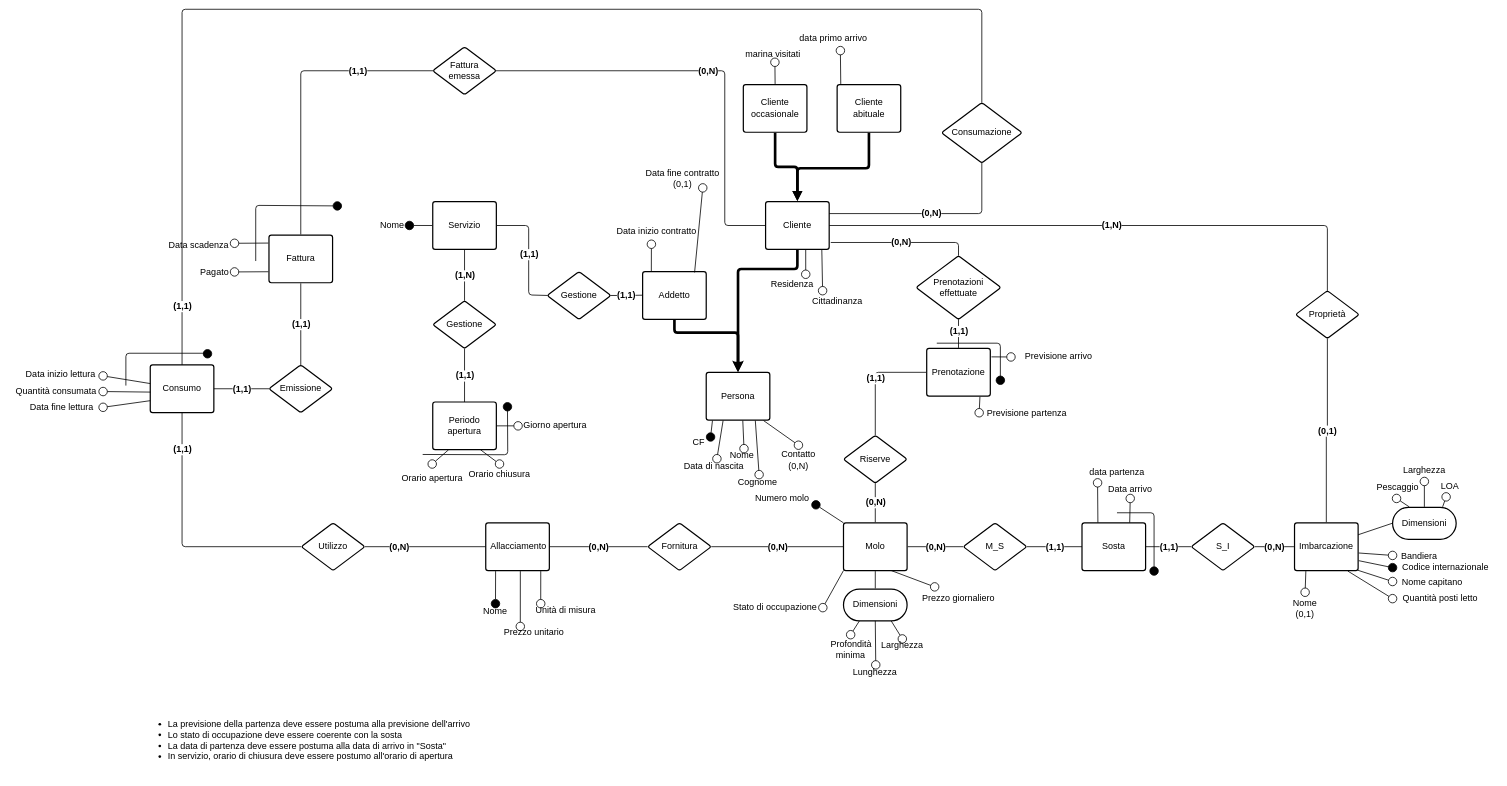
alessandro-massarenti/Progetto-basi-di-dati-2022 keeps this draw.io diagram as page "Concettuale ridotto" (4 of 4) of src_relazione_tex/Er.drawio. Above is the earlier version. Source tidied: cells renumbered, new cells numbered last; positions are measured from the earlier drawing's top-left corner, leaving out a move shared by most shapes. Both pictures are drawn from the tidied source at 53%, with x=0, y=0 at pixel (9, 9).
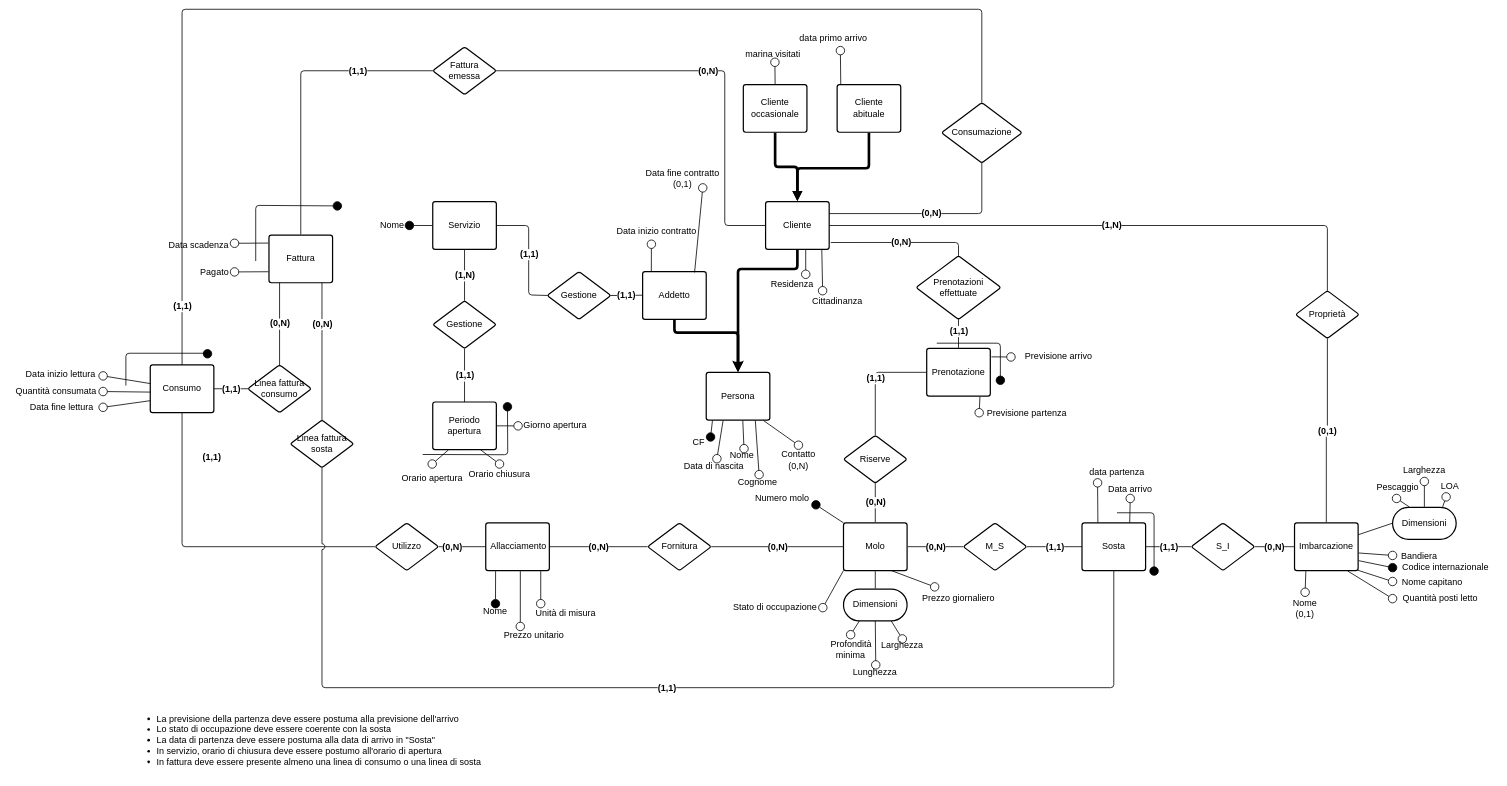
Above is the later version.

Commit message:
Modificata La gestione della fattura

The change refers to these unchanged cells:
```xml
<mxCell id="116" value="Fattura" style="html=1;overflow=block;blockSpacing=1;whiteSpace=wrap;fontSize=17;fontColor=#000000;spacing=9;strokeColor=#000000;strokeOpacity=100;rounded=1;absoluteArcSize=1;arcSize=9;strokeWidth=2.3;" parent="1" vertex="1">
  <mxGeometry x="490" y="426" width="120" height="90" as="geometry" />
</mxCell>
<mxCell id="149" value="Sosta" style="html=1;overflow=block;blockSpacing=1;whiteSpace=wrap;fontSize=17;fontColor=#000000;spacing=9;strokeColor=#000000;strokeOpacity=100;rounded=1;absoluteArcSize=1;arcSize=9;strokeWidth=2.3;" parent="1" vertex="1">
  <mxGeometry x="2024" y="969" width="120" height="90" as="geometry" />
</mxCell>
```

What changed in the source:
```diff
@@
     <mxCell id="14" value="Unità di misura" style="html=1;overflow=block;blockSpacing=1;whiteSpace=wrap;fontSize=17;fontColor=#000000;spacing=0;fillColor=none;strokeWidth=1.5;strokeColor=none;" parent="1" vertex="1">
-      <mxGeometry x="990" y="1121.5" width="120" height="25" as="geometry" />
+      <mxGeometry x="990" y="1121.5" width="120" height="38.5" as="geometry" />
     </mxCell>
@@
     <mxCell id="16" value="Prezzo unitario" style="html=1;overflow=block;blockSpacing=1;whiteSpace=wrap;fontSize=17;fontColor=#000000;spacing=0;fillColor=none;strokeWidth=1.5;strokeColor=none;" parent="1" vertex="1">
-      <mxGeometry x="930" y="1164.5" width="120" height="25" as="geometry" />
+      <mxGeometry x="930" y="1164.5" width="120" height="35.5" as="geometry" />
     </mxCell>
@@
-    <mxCell id="117" value="Emissione" style="html=1;overflow=block;blockSpacing=1;whiteSpace=wrap;rhombus;fontSize=17;fontColor=#000000;spacing=3.8;strokeColor=#000000;strokeOpacity=100;rounded=1;absoluteArcSize=1;arcSize=9;strokeWidth=2.3;" parent="1" vertex="1">
-      <mxGeometry x="490" y="671" width="120" height="90" as="geometry" />
+    <mxCell id="117" value="Linea fattura consumo" style="html=1;overflow=block;blockSpacing=1;whiteSpace=wrap;rhombus;fontSize=17;fontColor=#000000;spacing=3.8;strokeColor=#000000;strokeOpacity=100;rounded=1;absoluteArcSize=1;arcSize=9;strokeWidth=2.3;" parent="1" vertex="1">
+      <mxGeometry x="450" y="671" width="120" height="90" as="geometry" />
     </mxCell>
-    <mxCell id="118" style="html=1;jettySize=18;whiteSpace=wrap;fontSize=17;fontColor=#000000;fontStyle=1;strokeColor=#000000;strokeWidth=1.5;rounded=1;arcSize=12;edgeStyle=orthogonalEdgeStyle;startArrow=none;endArrow=none;exitX=0.5;exitY=0.004;exitPerimeter=0;entryX=0.5;entryY=1.012;entryPerimeter=0;" parent="1" edge="1" source="117" target="116">
-      <mxGeometry relative="1" as="geometry" />
+    <mxCell id="118" style="html=1;jettySize=18;whiteSpace=wrap;fontSize=17;fontColor=#000000;fontStyle=1;strokeColor=#000000;strokeWidth=1.5;rounded=1;arcSize=12;edgeStyle=orthogonalEdgeStyle;startArrow=none;endArrow=none;exitX=0.5;exitY=0.004;exitPerimeter=0;" parent="1" edge="1" source="117">
+      <mxGeometry relative="1" as="geometry">
+        <mxPoint x="510" y="516" as="targetPoint" />
+        <Array as="points">
+          <mxPoint x="510" y="516" />
+        </Array>
+      </mxGeometry>
     </mxCell>
-    <mxCell id="119" value="(1,1)" style="text;html=1;labelBackgroundColor=default;align=center;verticalAlign=middle;fontStyle=1;fontColor=#000000;fontSize=17;" parent="118" vertex="1">
+    <mxCell id="119" value="(0,N)" style="text;html=1;labelBackgroundColor=default;align=center;verticalAlign=middle;fontStyle=1;fontColor=#000000;fontSize=17;" parent="118" vertex="1">
       <mxGeometry relative="1" as="geometry" />
     </mxCell>
@@
     <mxCell id="141" value="Utilizzo" style="html=1;overflow=block;blockSpacing=1;whiteSpace=wrap;rhombus;fontSize=17;fontColor=#000000;spacing=3.8;strokeColor=#000000;strokeOpacity=100;rounded=1;absoluteArcSize=1;arcSize=9;strokeWidth=2.3;" parent="1" vertex="1">
-      <mxGeometry x="551" y="969" width="120" height="90" as="geometry" />
+      <mxGeometry x="690" y="969" width="120" height="90" as="geometry" />
     </mxCell>
@@
-    <mxCell id="158" value="&lt;div style=&quot;text-align: left; font-size: 17px;&quot;&gt;&lt;ul&gt;&lt;li&gt;&lt;span style=&quot;background-color: initial;&quot;&gt;La previsione della partenza deve essere postuma alla previsione dell'arrivo&lt;/span&gt;&lt;/li&gt;&lt;li&gt;&lt;span style=&quot;background-color: initial;&quot;&gt;Lo stato di occupazione deve essere coerente con la sosta&lt;/span&gt;&lt;/li&gt;&lt;li&gt;&lt;span style=&quot;background-color: initial;&quot;&gt;La data di partenza deve essere postuma alla data di arrivo in &quot;Sosta&quot;&lt;br&gt;&lt;/span&gt;&lt;/li&gt;&lt;li&gt;&lt;span style=&quot;background-color: initial;&quot;&gt;In servizio, orario di chiusura deve essere postumo all'orario di apertura&lt;/span&gt;&lt;/li&gt;&lt;/ul&gt;&lt;/div&gt;" style="text;html=1;align=center;verticalAlign=middle;strokeColor=none;fillColor=none;" parent="1" vertex="1">
-      <mxGeometry x="249" y="1330" width="630" height="100" as="geometry" />
+    <mxCell id="158" value="&lt;div style=&quot;text-align: left; font-size: 17px;&quot;&gt;&lt;ul&gt;&lt;li&gt;&lt;span style=&quot;background-color: initial;&quot;&gt;La previsione della partenza deve essere postuma alla previsione dell'arrivo&lt;/span&gt;&lt;/li&gt;&lt;li&gt;&lt;span style=&quot;background-color: initial;&quot;&gt;Lo stato di occupazione deve essere coerente con la sosta&lt;/span&gt;&lt;/li&gt;&lt;li&gt;&lt;span style=&quot;background-color: initial;&quot;&gt;La data di partenza deve essere postuma alla data di arrivo in &quot;Sosta&quot;&lt;br&gt;&lt;/span&gt;&lt;/li&gt;&lt;li&gt;&lt;span style=&quot;background-color: initial;&quot;&gt;In servizio, orario di chiusura deve essere postumo all'orario di apertura&lt;/span&gt;&lt;/li&gt;&lt;li&gt;&lt;span style=&quot;background-color: initial;&quot;&gt;In fattura deve essere presente almeno una linea di consumo o una linea di sosta&lt;/span&gt;&lt;/li&gt;&lt;/ul&gt;&lt;/div&gt;" style="text;html=1;align=center;verticalAlign=middle;strokeColor=none;fillColor=none;" parent="1" vertex="1">
+      <mxGeometry x="229" y="1325" width="670" height="110" as="geometry" />
     </mxCell>
@@
+    <mxCell id="172" value="Linea fattura sosta" style="html=1;overflow=block;blockSpacing=1;whiteSpace=wrap;rhombus;fontSize=17;fontColor=#000000;spacing=3.8;strokeColor=#000000;strokeOpacity=100;rounded=1;absoluteArcSize=1;arcSize=9;strokeWidth=2.3;" parent="1" vertex="1">
+      <mxGeometry x="530" y="775" width="120" height="90" as="geometry" />
+    </mxCell>
+    <mxCell id="173" style="html=1;jettySize=18;whiteSpace=wrap;fontSize=17;fontColor=#000000;fontStyle=1;strokeColor=#000000;strokeWidth=1.5;rounded=1;arcSize=12;edgeStyle=orthogonalEdgeStyle;startArrow=none;endArrow=none;exitX=0.5;exitY=0.004;exitPerimeter=0;" parent="1" edge="1" source="172" target="116">
+      <mxGeometry relative="1" as="geometry">
+        <Array as="points">
+          <mxPoint x="590" y="776" />
+        </Array>
+      </mxGeometry>
+    </mxCell>
+    <mxCell id="174" value="(0,N)" style="text;html=1;labelBackgroundColor=default;align=center;verticalAlign=middle;fontStyle=1;fontColor=#000000;fontSize=17;" parent="173" vertex="1">
+      <mxGeometry relative="1" as="geometry">
+        <mxPoint y="-51" as="offset" />
+      </mxGeometry>
+    </mxCell>
+    <mxCell id="175" style="html=1;jettySize=18;whiteSpace=wrap;fontSize=17;fontColor=#000000;fontStyle=1;strokeColor=#000000;strokeWidth=1.5;rounded=1;arcSize=12;edgeStyle=orthogonalEdgeStyle;startArrow=none;endArrow=none;exitX=0.5;exitY=1;exitDx=0;exitDy=0;jumpStyle=arc;jumpSize=10;" parent="1" edge="1" source="149" target="172">
+      <mxGeometry relative="1" as="geometry">
+        <Array as="points">
+          <mxPoint x="2084" y="1280" />
+          <mxPoint x="590" y="1280" />
+        </Array>
+      </mxGeometry>
+    </mxCell>
+    <mxCell id="176" value="(1,1)" style="text;html=1;labelBackgroundColor=default;align=center;verticalAlign=middle;fontStyle=1;fontColor=#000000;fontSize=17;" parent="175" vertex="1">
+      <mxGeometry relative="1" as="geometry" />
+    </mxCell>
```
